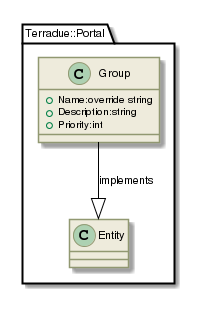
Before: _images/plantuml-080e21a962f5f54a43cd83058493a38453504e39.png, a diagram exported from PlantUML (Terradue/doc-tep-geohazards-arch).
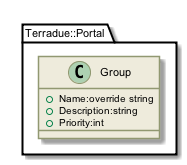
Above is the later version.

Diff of the diagram source:
```diff
@@ -143,6 +143,5 @@
  +Description:string
  +Priority:int
 }
-Terradue::Portal::Group  --|>  Terradue::Portal::Entity : implements
 
 @enduml
```
